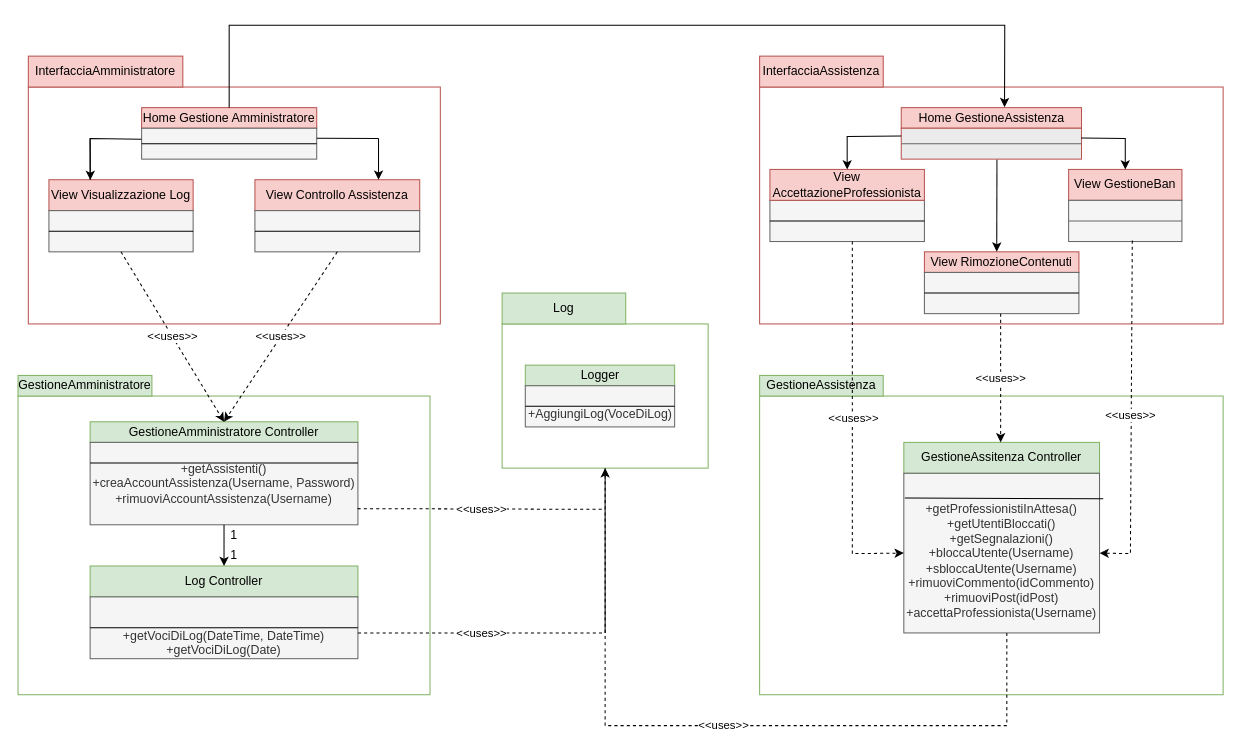
Iannicc/Pet-Party keeps this draw.io diagram as Diagramma_Folders/package_Assistenza_Amministratore.drawio. Above is the earlier version. Source tidied: cells renumbered, new cells numbered last; positions are measured from the earlier drawing's top-left corner, leaving out a move shared by most shapes. Both pictures are drawn from the tidied source at 103%, with x=0, y=0 at pixel (18, 25).
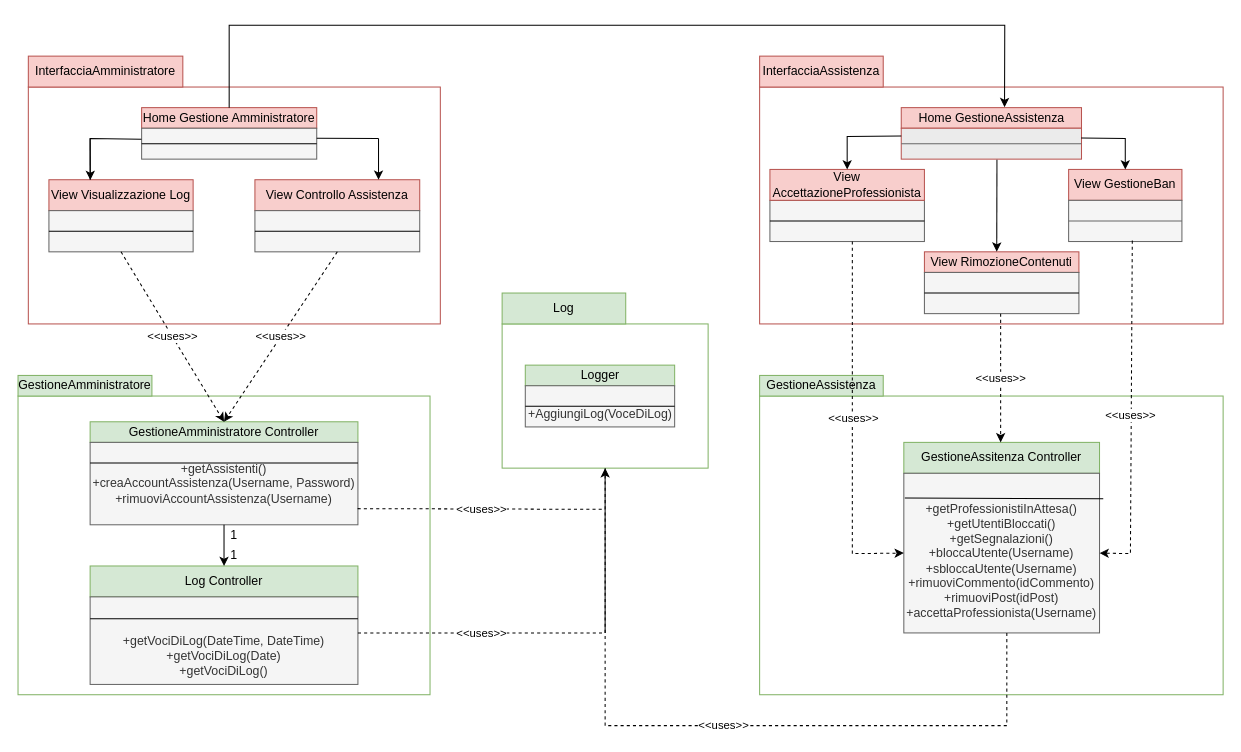
The same page after the edit.

Change to the diagram source:
```diff
@@
-    <mxCell id="45" value="&lt;br&gt;&lt;br&gt;+getVociDiLog(DateTime, DateTime)&lt;br&gt;+getVociDiLog(Date)" style="rounded=0;whiteSpace=wrap;html=1;fillColor=#f5f5f5;fontColor=#333333;strokeColor=#666666;" parent="1" vertex="1">
-      <mxGeometry x="70" y="555" width="260" height="60" as="geometry" />
+    <mxCell id="45" value="&lt;br&gt;&lt;br&gt;+getVociDiLog(DateTime, DateTime)&lt;br&gt;+getVociDiLog(Date)&lt;br&gt;+getVociDiLog()" style="rounded=0;whiteSpace=wrap;html=1;fillColor=#f5f5f5;fontColor=#333333;strokeColor=#666666;" parent="1" vertex="1">
+      <mxGeometry x="70" y="555" width="260" height="85" as="geometry" />
     </mxCell>
-    <mxCell id="46" style="endArrow=none;html=1;rounded=0;exitX=0;exitY=0.5;exitDx=0;exitDy=0;entryX=1;entryY=0.5;entryDx=0;entryDy=0;" parent="1" edge="1" source="45" target="45">
+    <mxCell id="46" style="endArrow=none;html=1;rounded=0;exitX=0;exitY=0.25;exitDx=0;exitDy=0;entryX=1;entryY=0.25;entryDx=0;entryDy=0;" parent="1" edge="1" source="45" target="45">
       <mxGeometry relative="1" as="geometry" />
     </mxCell>
```
